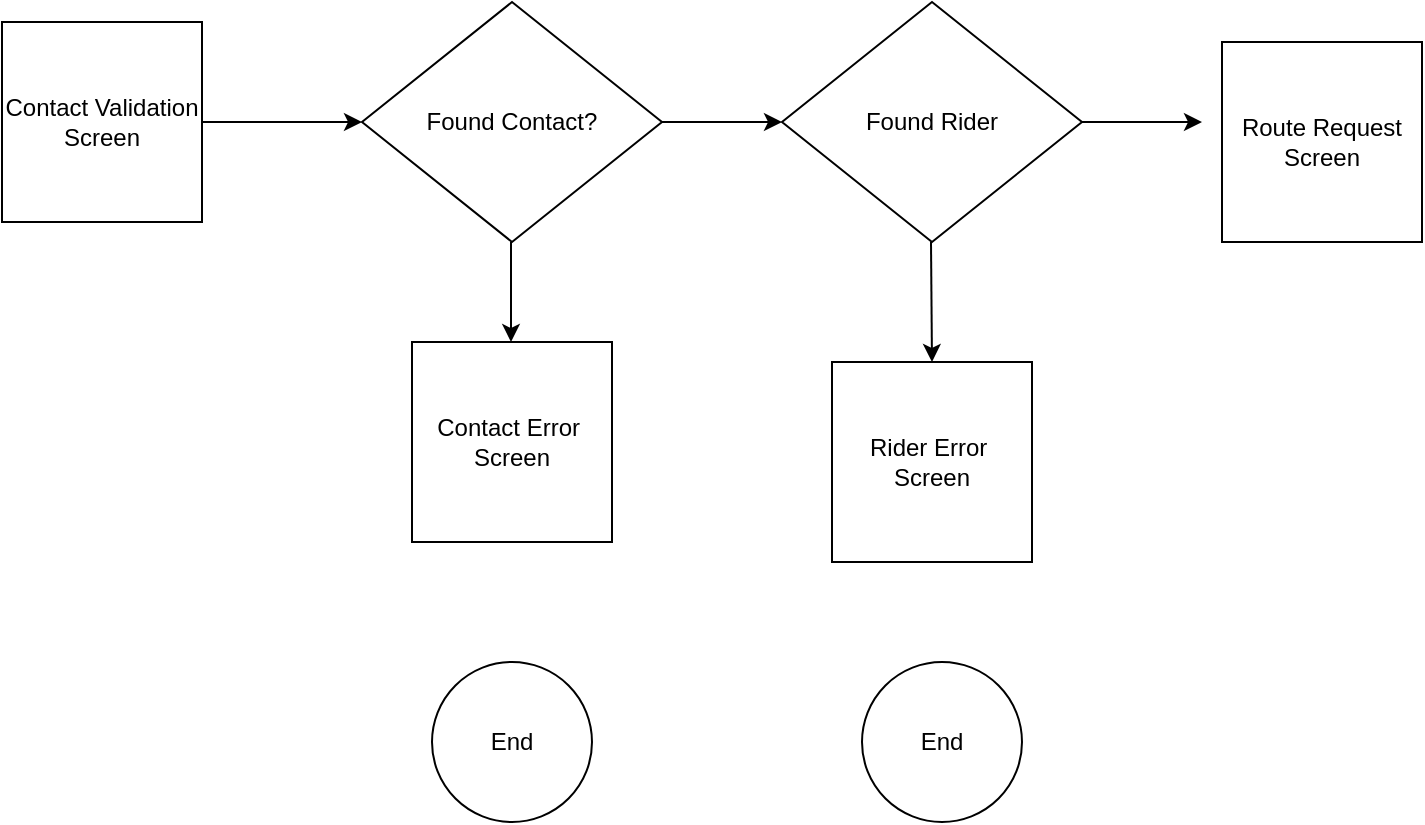
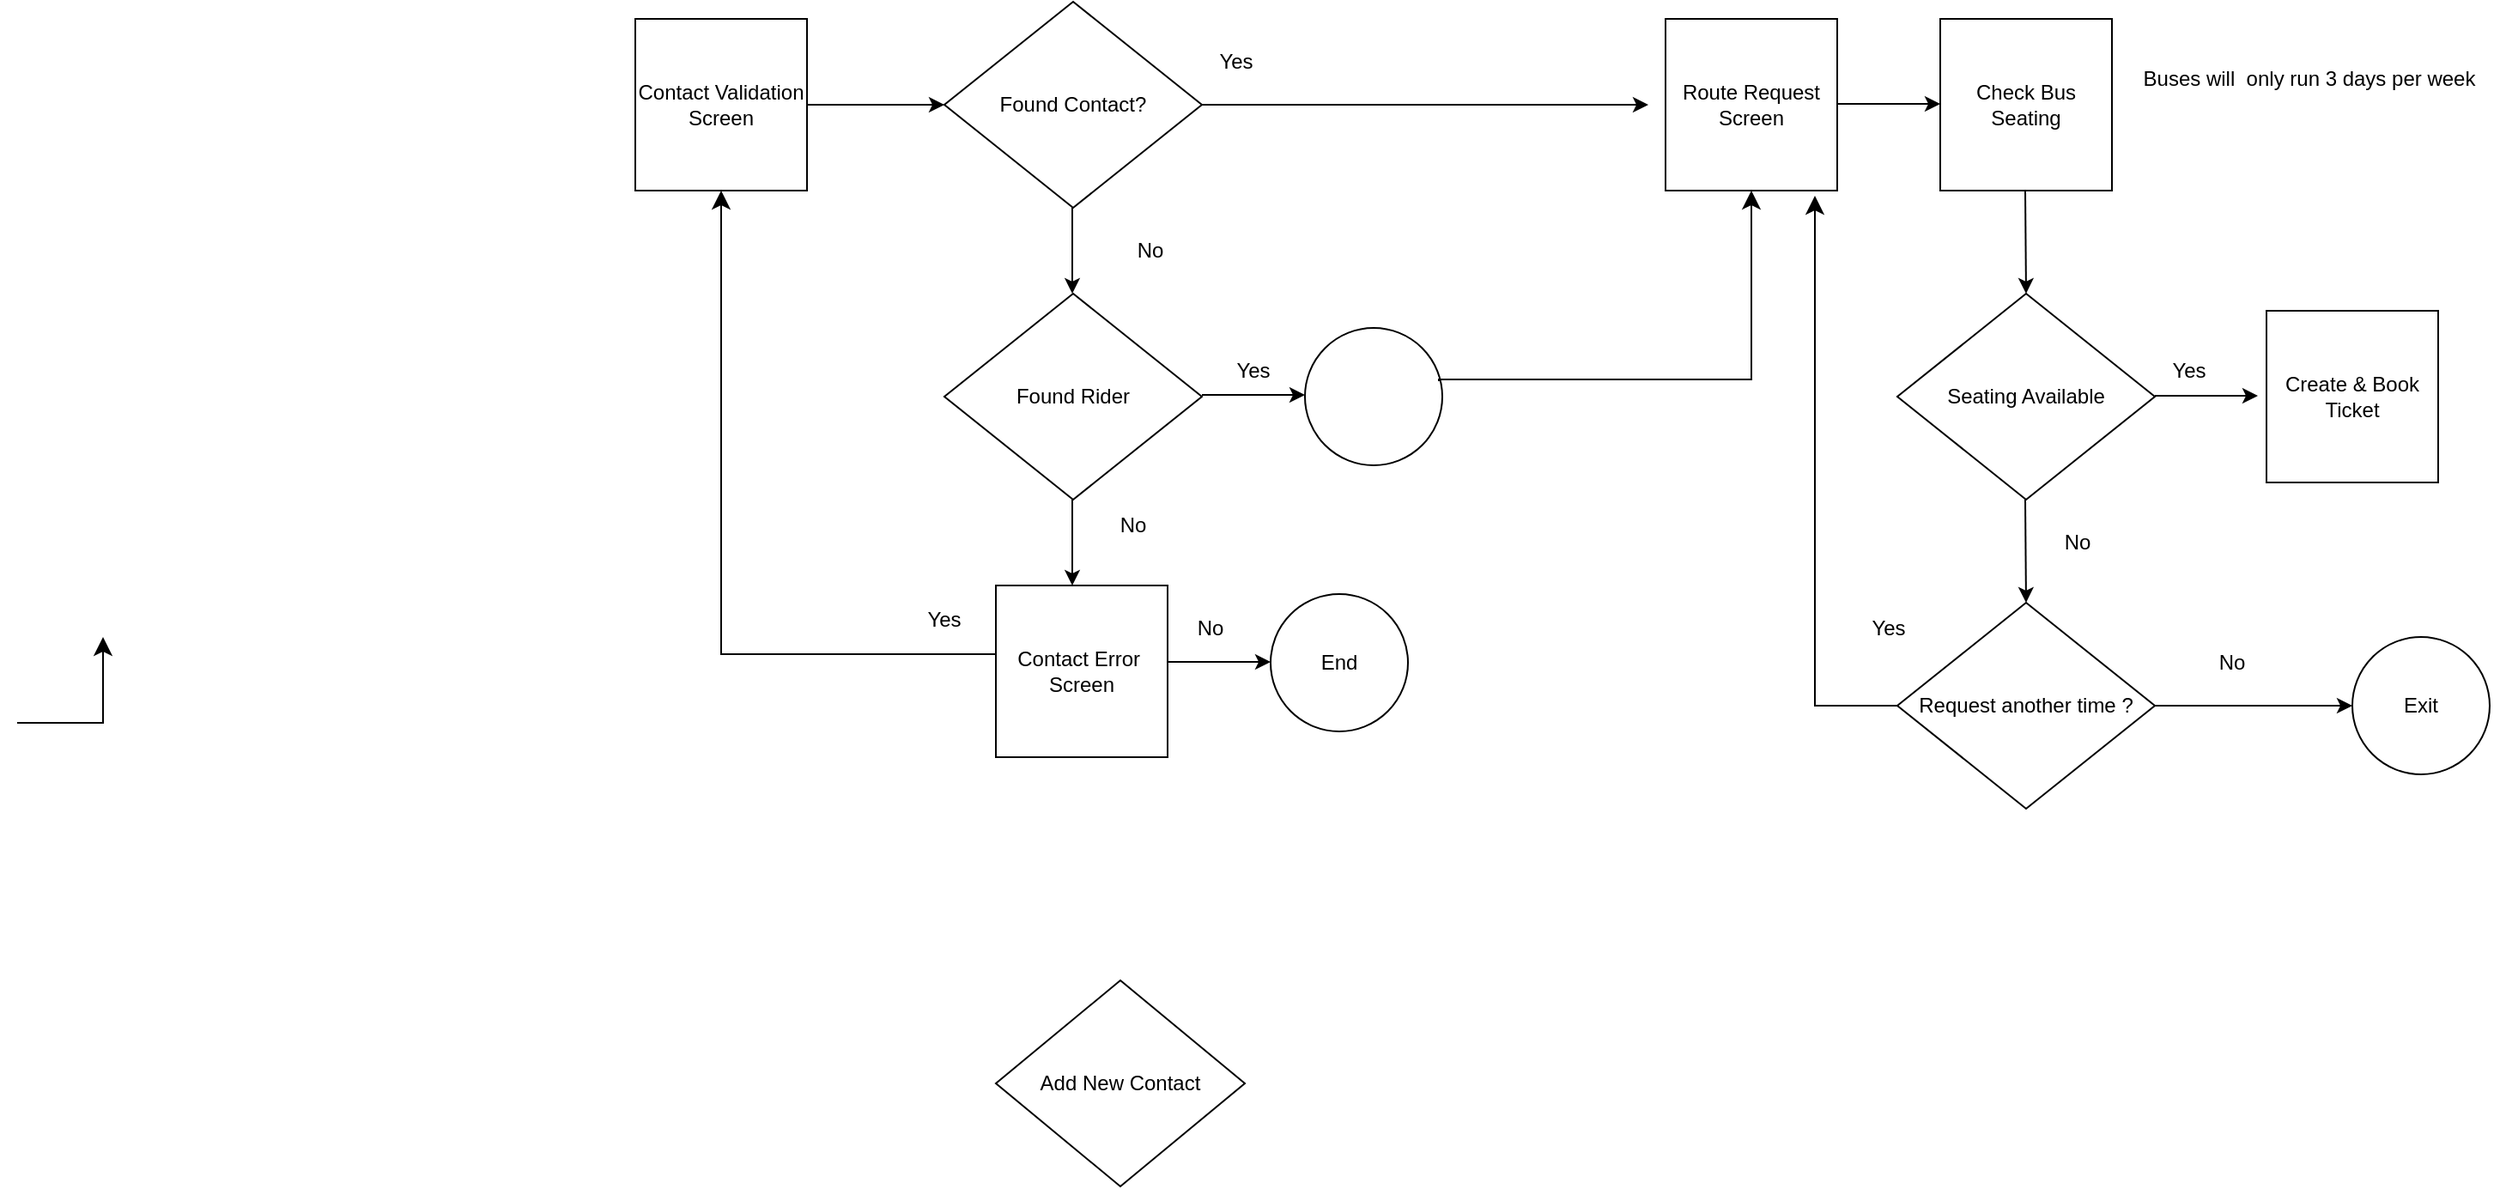
<mxfile host="app.diagrams.net">
  <diagram name="Page-1" id="li1IXNLnzFnCvcHs8M4g">
-     <mxGraphModel dx="986" dy="638" grid="1" gridSize="10" guides="1" tooltips="1" connect="1" arrows="1" fold="1" page="1" pageScale="1" pageWidth="850" pageHeight="1100" math="0" shadow="0">
+     <mxGraphModel dx="1993" dy="639" grid="1" gridSize="10" guides="1" tooltips="1" connect="1" arrows="1" fold="1" page="1" pageScale="1" pageWidth="850" pageHeight="1100" math="0" shadow="0">
      <root>
        <mxCell id="0" />
        <mxCell id="1" parent="0" />
        <mxCell id="kmr6CWaXq95WdQOC8GQT-1" parent="1" style="whiteSpace=wrap;html=1;aspect=fixed;" value="Contact Validation Screen" vertex="1">
          <mxGeometry height="100" width="100" x="60" y="90" as="geometry" />
        </mxCell>
        <mxCell id="kmr6CWaXq95WdQOC8GQT-2" edge="1" parent="1" style="endArrow=classic;html=1;rounded=0;" value="">
          <mxGeometry height="50" relative="1" width="50" as="geometry">
            <mxPoint x="160" y="140" as="sourcePoint" />
            <mxPoint x="240" y="140" as="targetPoint" />
          </mxGeometry>
        </mxCell>
        <mxCell id="kmr6CWaXq95WdQOC8GQT-3" parent="1" style="rhombus;whiteSpace=wrap;html=1;" value="Found Contact?" vertex="1">
          <mxGeometry height="120" width="150" x="240" y="80" as="geometry" />
        </mxCell>
        <mxCell id="kmr6CWaXq95WdQOC8GQT-4" edge="1" parent="1" style="endArrow=classic;html=1;rounded=0;" value="">
          <mxGeometry height="50" relative="1" width="50" as="geometry">
            <mxPoint x="390" y="140" as="sourcePoint" />
-             <mxPoint x="450" y="140" as="targetPoint" />
+             <mxPoint x="650" y="140" as="targetPoint" />
          </mxGeometry>
        </mxCell>
        <mxCell id="kmr6CWaXq95WdQOC8GQT-5" edge="1" parent="1" style="endArrow=classic;html=1;rounded=0;" value="">
          <mxGeometry height="50" relative="1" width="50" as="geometry">
            <mxPoint x="314.5" y="200" as="sourcePoint" />
            <mxPoint x="314.5" y="250" as="targetPoint" />
          </mxGeometry>
        </mxCell>
        <mxCell id="kmr6CWaXq95WdQOC8GQT-7" parent="1" style="ellipse;whiteSpace=wrap;html=1;aspect=fixed;" value="End" vertex="1">
-           <mxGeometry height="80" width="80" x="275" y="410" as="geometry" />
+           <mxGeometry height="80" width="80" x="430" y="425" as="geometry" />
        </mxCell>
-         <mxCell id="kmr6CWaXq95WdQOC8GQT-8" parent="1" style="whiteSpace=wrap;html=1;aspect=fixed;" value="Contact Error&amp;nbsp; Screen" vertex="1">
-           <mxGeometry height="100" width="100" x="265" y="250" as="geometry" />
+         <mxCell id="kmr6CWaXq95WdQOC8GQT-13" parent="1" style="ellipse;whiteSpace=wrap;html=1;aspect=fixed;" value="" vertex="1">
+           <mxGeometry height="80" width="80" x="450" y="270" as="geometry" />
        </mxCell>
-         <mxCell id="kmr6CWaXq95WdQOC8GQT-9" parent="1" style="rhombus;whiteSpace=wrap;html=1;" value="Found Rider" vertex="1">
-           <mxGeometry height="120" width="150" x="450" y="80" as="geometry" />
+         <mxCell id="kmr6CWaXq95WdQOC8GQT-15" parent="1" style="whiteSpace=wrap;html=1;aspect=fixed;" value="Route Request Screen" vertex="1">
+           <mxGeometry height="100" width="100" x="660" y="90" as="geometry" />
        </mxCell>
-         <mxCell id="kmr6CWaXq95WdQOC8GQT-10" parent="1" style="whiteSpace=wrap;html=1;aspect=fixed;" value="Rider Error&amp;nbsp; Screen" vertex="1">
-           <mxGeometry height="100" width="100" x="475" y="260" as="geometry" />
-         </mxCell>
-         <mxCell id="kmr6CWaXq95WdQOC8GQT-11" edge="1" parent="1" style="endArrow=classic;html=1;rounded=0;" value="">
+         <mxCell id="vXulcQuxFYHikpkFK9YI-16" edge="1" parent="1" style="endArrow=classic;html=1;rounded=0;" value="">
          <mxGeometry height="50" relative="1" width="50" as="geometry">
-             <mxPoint x="524.5" y="200" as="sourcePoint" />
-             <mxPoint x="525" y="260" as="targetPoint" />
+             <mxPoint x="760" y="139.5" as="sourcePoint" />
+             <mxPoint x="820" y="139.5" as="targetPoint" />
          </mxGeometry>
        </mxCell>
-         <mxCell id="kmr6CWaXq95WdQOC8GQT-13" parent="1" style="ellipse;whiteSpace=wrap;html=1;aspect=fixed;" value="End" vertex="1">
-           <mxGeometry height="80" width="80" x="490" y="410" as="geometry" />
+         <mxCell id="vXulcQuxFYHikpkFK9YI-17" parent="1" style="whiteSpace=wrap;html=1;aspect=fixed;" value="Check Bus Seating" vertex="1">
+           <mxGeometry height="100" width="100" x="820" y="90" as="geometry" />
        </mxCell>
-         <mxCell id="kmr6CWaXq95WdQOC8GQT-14" edge="1" parent="1" style="endArrow=classic;html=1;rounded=0;" value="">
+         <mxCell id="vXulcQuxFYHikpkFK9YI-20" parent="1" style="rhombus;whiteSpace=wrap;html=1;" value="Seating Available" vertex="1">
+           <mxGeometry height="120" width="150" x="795" y="250" as="geometry" />
+         </mxCell>
+         <mxCell id="vXulcQuxFYHikpkFK9YI-24" edge="1" parent="1" style="endArrow=classic;html=1;rounded=0;" value="">
          <mxGeometry height="50" relative="1" width="50" as="geometry">
-             <mxPoint x="600" y="140" as="sourcePoint" />
-             <mxPoint x="660" y="140" as="targetPoint" />
+             <mxPoint x="869.5" y="190" as="sourcePoint" />
+             <mxPoint x="870" y="250" as="targetPoint" />
          </mxGeometry>
        </mxCell>
-         <mxCell id="kmr6CWaXq95WdQOC8GQT-15" parent="1" style="whiteSpace=wrap;html=1;aspect=fixed;" value="Route Request Screen" vertex="1">
-           <mxGeometry height="100" width="100" x="670" y="100" as="geometry" />
+         <mxCell id="vXulcQuxFYHikpkFK9YI-25" edge="1" parent="1" style="endArrow=classic;html=1;rounded=0;" value="">
+           <mxGeometry height="50" relative="1" width="50" as="geometry">
+             <mxPoint x="945" y="309.5" as="sourcePoint" />
+             <mxPoint x="1005" y="309.5" as="targetPoint" />
+           </mxGeometry>
+         </mxCell>
+         <mxCell id="vXulcQuxFYHikpkFK9YI-26" edge="1" parent="1" style="endArrow=classic;html=1;rounded=0;" value="">
+           <mxGeometry height="50" relative="1" width="50" as="geometry">
+             <mxPoint x="869.5" y="370" as="sourcePoint" />
+             <mxPoint x="870" y="430" as="targetPoint" />
+           </mxGeometry>
+         </mxCell>
+         <mxCell id="vXulcQuxFYHikpkFK9YI-27" parent="1" style="whiteSpace=wrap;html=1;aspect=fixed;" value="Create &amp;amp; Book Ticket" vertex="1">
+           <mxGeometry height="100" width="100" x="1010" y="260" as="geometry" />
+         </mxCell>
+         <mxCell id="vXulcQuxFYHikpkFK9YI-32" edge="1" parent="1" source="vXulcQuxFYHikpkFK9YI-33" style="edgeStyle=segmentEdgeStyle;endArrow=classic;html=1;curved=0;rounded=0;endSize=8;startSize=8;entryX=0.87;entryY=1.03;entryDx=0;entryDy=0;entryPerimeter=0;exitX=0;exitY=0.5;exitDx=0;exitDy=0;" target="kmr6CWaXq95WdQOC8GQT-15" value="">
+           <mxGeometry height="50" relative="1" width="50" as="geometry">
+             <Array as="points">
+               <mxPoint x="747" y="490" />
+             </Array>
+             <mxPoint x="810" y="490" as="sourcePoint" />
+             <mxPoint x="750" y="530" as="targetPoint" />
+           </mxGeometry>
+         </mxCell>
+         <mxCell id="vXulcQuxFYHikpkFK9YI-35" edge="1" parent="1" source="vXulcQuxFYHikpkFK9YI-33" style="edgeStyle=orthogonalEdgeStyle;rounded=0;orthogonalLoop=1;jettySize=auto;html=1;" target="vXulcQuxFYHikpkFK9YI-34" value="">
+           <mxGeometry relative="1" as="geometry" />
+         </mxCell>
+         <mxCell id="vXulcQuxFYHikpkFK9YI-33" parent="1" style="rhombus;whiteSpace=wrap;html=1;" value="Request another time ?" vertex="1">
+           <mxGeometry height="120" width="150" x="795" y="430" as="geometry" />
+         </mxCell>
+         <mxCell id="vXulcQuxFYHikpkFK9YI-34" parent="1" style="ellipse;whiteSpace=wrap;html=1;" value="Exit" vertex="1">
+           <mxGeometry height="80" width="80" x="1060" y="450" as="geometry" />
+         </mxCell>
+         <mxCell id="vXulcQuxFYHikpkFK9YI-37" parent="1" style="text;html=1;whiteSpace=wrap;strokeColor=none;fillColor=none;align=center;verticalAlign=middle;rounded=0;autosize=1;resizable=0;" value="No" vertex="1">
+           <mxGeometry height="30" width="40" x="970" y="450" as="geometry" />
+         </mxCell>
+         <mxCell id="vXulcQuxFYHikpkFK9YI-38" parent="1" style="text;html=1;whiteSpace=wrap;strokeColor=none;fillColor=none;align=center;verticalAlign=middle;rounded=0;autosize=1;resizable=0;" value="Yes" vertex="1">
+           <mxGeometry height="30" width="40" x="945" y="280" as="geometry" />
+         </mxCell>
+         <mxCell id="vXulcQuxFYHikpkFK9YI-39" parent="1" style="text;html=1;whiteSpace=wrap;strokeColor=none;fillColor=none;align=center;verticalAlign=middle;rounded=0;autosize=1;resizable=0;" value="No" vertex="1">
+           <mxGeometry height="30" width="40" x="880" y="380" as="geometry" />
+         </mxCell>
+         <mxCell id="vXulcQuxFYHikpkFK9YI-40" edge="1" parent="1" source="kmr6CWaXq95WdQOC8GQT-13" style="edgeStyle=segmentEdgeStyle;endArrow=classic;html=1;curved=0;rounded=0;endSize=8;startSize=8;entryX=0.5;entryY=1;entryDx=0;entryDy=0;exitX=0.975;exitY=0.388;exitDx=0;exitDy=0;exitPerimeter=0;" target="kmr6CWaXq95WdQOC8GQT-15" value="">
+           <mxGeometry height="50" relative="1" width="50" as="geometry">
+             <Array as="points">
+               <mxPoint x="528" y="300" />
+               <mxPoint x="710" y="300" />
+             </Array>
+             <mxPoint x="560" y="300" as="sourcePoint" />
+             <mxPoint x="710" y="250" as="targetPoint" />
+           </mxGeometry>
+         </mxCell>
+         <mxCell id="vXulcQuxFYHikpkFK9YI-41" edge="1" parent="1" style="edgeStyle=segmentEdgeStyle;endArrow=classic;html=1;curved=0;rounded=0;endSize=8;startSize=8;" value="">
+           <mxGeometry height="50" relative="1" width="50" as="geometry">
+             <Array as="points">
+               <mxPoint x="-250" y="500" />
+             </Array>
+             <mxPoint x="-300" y="500" as="sourcePoint" />
+             <mxPoint x="-250" y="450" as="targetPoint" />
+           </mxGeometry>
+         </mxCell>
+         <mxCell id="vXulcQuxFYHikpkFK9YI-42" parent="1" style="text;html=1;whiteSpace=wrap;strokeColor=none;fillColor=none;align=center;verticalAlign=middle;rounded=0;autosize=1;resizable=0;" value="No" vertex="1">
+           <mxGeometry height="30" width="40" x="330" y="370" as="geometry" />
+         </mxCell>
+         <mxCell id="vXulcQuxFYHikpkFK9YI-43" parent="1" style="text;html=1;whiteSpace=wrap;strokeColor=none;fillColor=none;align=center;verticalAlign=middle;rounded=0;autosize=1;resizable=0;" value="Yes" vertex="1">
+           <mxGeometry height="30" width="40" x="390" y="100" as="geometry" />
+         </mxCell>
+         <mxCell id="vXulcQuxFYHikpkFK9YI-44" parent="1" style="text;html=1;whiteSpace=wrap;strokeColor=none;fillColor=none;align=center;verticalAlign=middle;rounded=0;autosize=1;resizable=0;" value="No" vertex="1">
+           <mxGeometry height="30" width="40" x="340" y="210" as="geometry" />
+         </mxCell>
+         <mxCell id="vXulcQuxFYHikpkFK9YI-45" parent="1" style="rhombus;whiteSpace=wrap;html=1;" value="Add New Contact" vertex="1">
+           <mxGeometry height="120" width="145" x="270" y="650" as="geometry" />
+         </mxCell>
+         <mxCell id="vXulcQuxFYHikpkFK9YI-46" edge="1" parent="1" style="endArrow=classic;html=1;rounded=0;" value="">
+           <mxGeometry height="50" relative="1" width="50" as="geometry">
+             <mxPoint x="370" y="464.5" as="sourcePoint" />
+             <mxPoint x="430" y="464.5" as="targetPoint" />
+           </mxGeometry>
+         </mxCell>
+         <mxCell id="vXulcQuxFYHikpkFK9YI-47" parent="1" style="text;html=1;whiteSpace=wrap;strokeColor=none;fillColor=none;align=center;verticalAlign=middle;rounded=0;autosize=1;resizable=0;" value="No" vertex="1">
+           <mxGeometry height="30" width="40" x="375" y="430" as="geometry" />
+         </mxCell>
+         <mxCell id="vXulcQuxFYHikpkFK9YI-48" parent="1" style="text;html=1;whiteSpace=wrap;strokeColor=none;fillColor=none;align=center;verticalAlign=middle;rounded=0;autosize=1;resizable=0;" value="Yes" vertex="1">
+           <mxGeometry height="30" width="40" x="220" y="425" as="geometry" />
+         </mxCell>
+         <mxCell id="vXulcQuxFYHikpkFK9YI-49" edge="1" parent="1" source="vXulcQuxFYHikpkFK9YI-58" style="edgeStyle=segmentEdgeStyle;endArrow=classic;html=1;curved=0;rounded=0;endSize=8;startSize=8;entryX=0.5;entryY=1;entryDx=0;entryDy=0;exitX=0.02;exitY=0.39;exitDx=0;exitDy=0;exitPerimeter=0;" target="kmr6CWaXq95WdQOC8GQT-1" value="">
+           <mxGeometry height="50" relative="1" width="50" as="geometry">
+             <Array as="points">
+               <mxPoint x="272" y="460" />
+               <mxPoint x="110" y="460" />
+             </Array>
+             <mxPoint x="260" y="460" as="sourcePoint" />
+             <mxPoint x="110" y="410" as="targetPoint" />
+           </mxGeometry>
+         </mxCell>
+         <mxCell id="vXulcQuxFYHikpkFK9YI-50" parent="1" style="text;html=1;whiteSpace=wrap;strokeColor=none;fillColor=none;align=center;verticalAlign=middle;rounded=0;autosize=1;resizable=0;" value="Yes" vertex="1">
+           <mxGeometry height="30" width="40" x="770" y="430" as="geometry" />
+         </mxCell>
+         <mxCell id="vXulcQuxFYHikpkFK9YI-52" parent="1" style="text;html=1;whiteSpace=wrap;strokeColor=none;fillColor=none;align=center;verticalAlign=middle;rounded=0;autosize=1;resizable=0;" value="Buses will&amp;nbsp; only run 3 days per week" vertex="1">
+           <mxGeometry height="30" width="220" x="925" y="110" as="geometry" />
+         </mxCell>
+         <mxCell id="vXulcQuxFYHikpkFK9YI-57" parent="1" style="rhombus;whiteSpace=wrap;html=1;" value="Found Rider" vertex="1">
+           <mxGeometry height="120" width="150" x="240" y="250" as="geometry" />
+         </mxCell>
+         <mxCell id="vXulcQuxFYHikpkFK9YI-58" parent="1" style="whiteSpace=wrap;html=1;aspect=fixed;" value="Contact Error&amp;nbsp; Screen" vertex="1">
+           <mxGeometry height="100" width="100" x="270" y="420" as="geometry" />
+         </mxCell>
+         <mxCell id="vXulcQuxFYHikpkFK9YI-60" edge="1" parent="1" style="endArrow=classic;html=1;rounded=0;" value="">
+           <mxGeometry height="50" relative="1" width="50" as="geometry">
+             <mxPoint x="314.5" y="370" as="sourcePoint" />
+             <mxPoint x="314.5" y="420" as="targetPoint" />
+           </mxGeometry>
+         </mxCell>
+         <mxCell id="vXulcQuxFYHikpkFK9YI-61" edge="1" parent="1" style="endArrow=classic;html=1;rounded=0;" value="">
+           <mxGeometry height="50" relative="1" width="50" as="geometry">
+             <mxPoint x="390" y="309" as="sourcePoint" />
+             <mxPoint x="450" y="309" as="targetPoint" />
+           </mxGeometry>
+         </mxCell>
+         <mxCell id="vXulcQuxFYHikpkFK9YI-62" parent="1" style="text;html=1;whiteSpace=wrap;strokeColor=none;fillColor=none;align=center;verticalAlign=middle;rounded=0;autosize=1;resizable=0;" value="Yes" vertex="1">
+           <mxGeometry height="30" width="40" x="400" y="280" as="geometry" />
        </mxCell>
      </root>
    </mxGraphModel>
  </diagram>
</mxfile>
